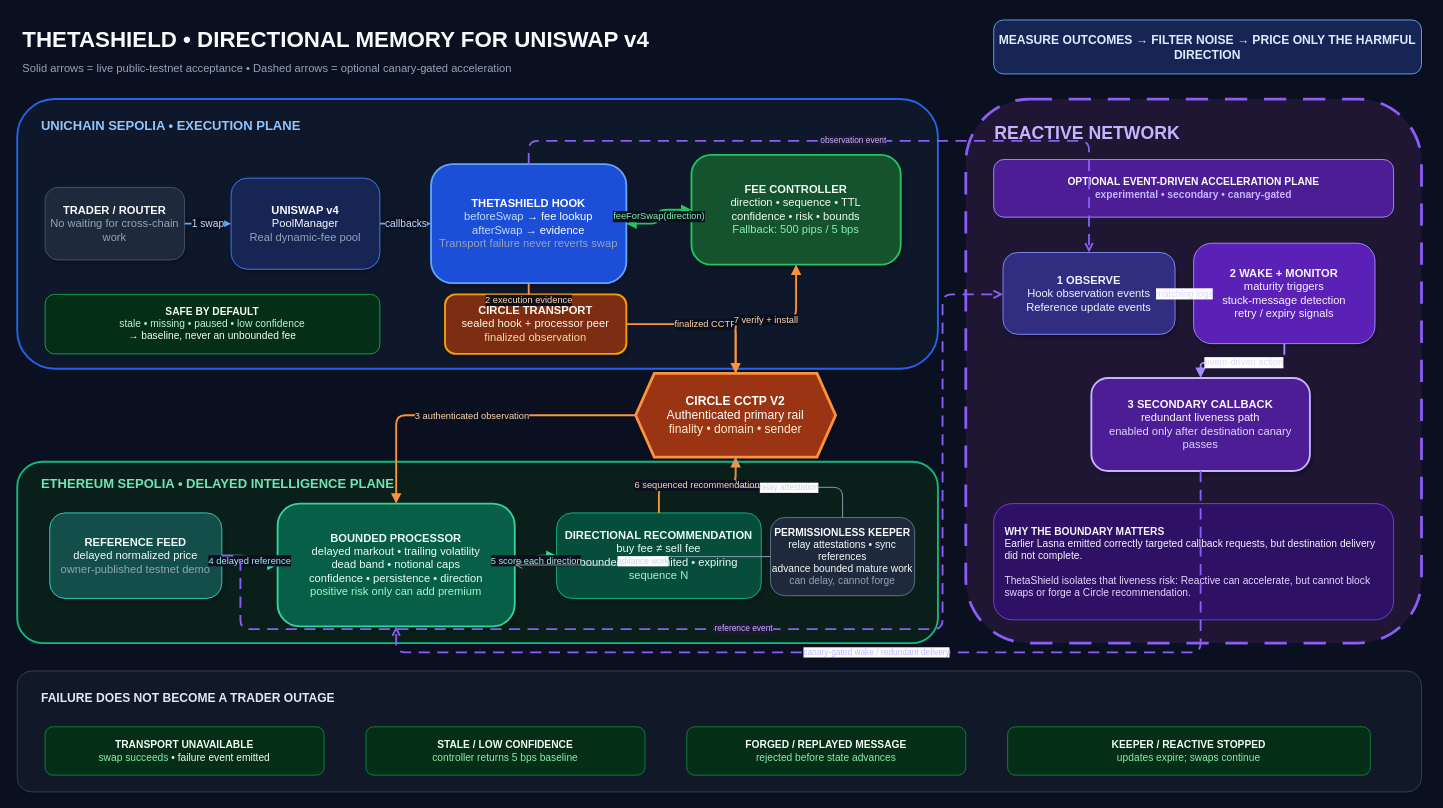
This is docs/THETASHIELD_ARCHITECTURE.drawio from kaustubh76/ThetaShield, a draw.io file, before an edit. Source tidied: cells renumbered, new cells numbered last; positions are measured from the earlier drawing's top-left corner, leaving out a move shared by most shapes. Both pictures are drawn from the tidied source at 93%, with x=0, y=0 at pixel (17, 20).
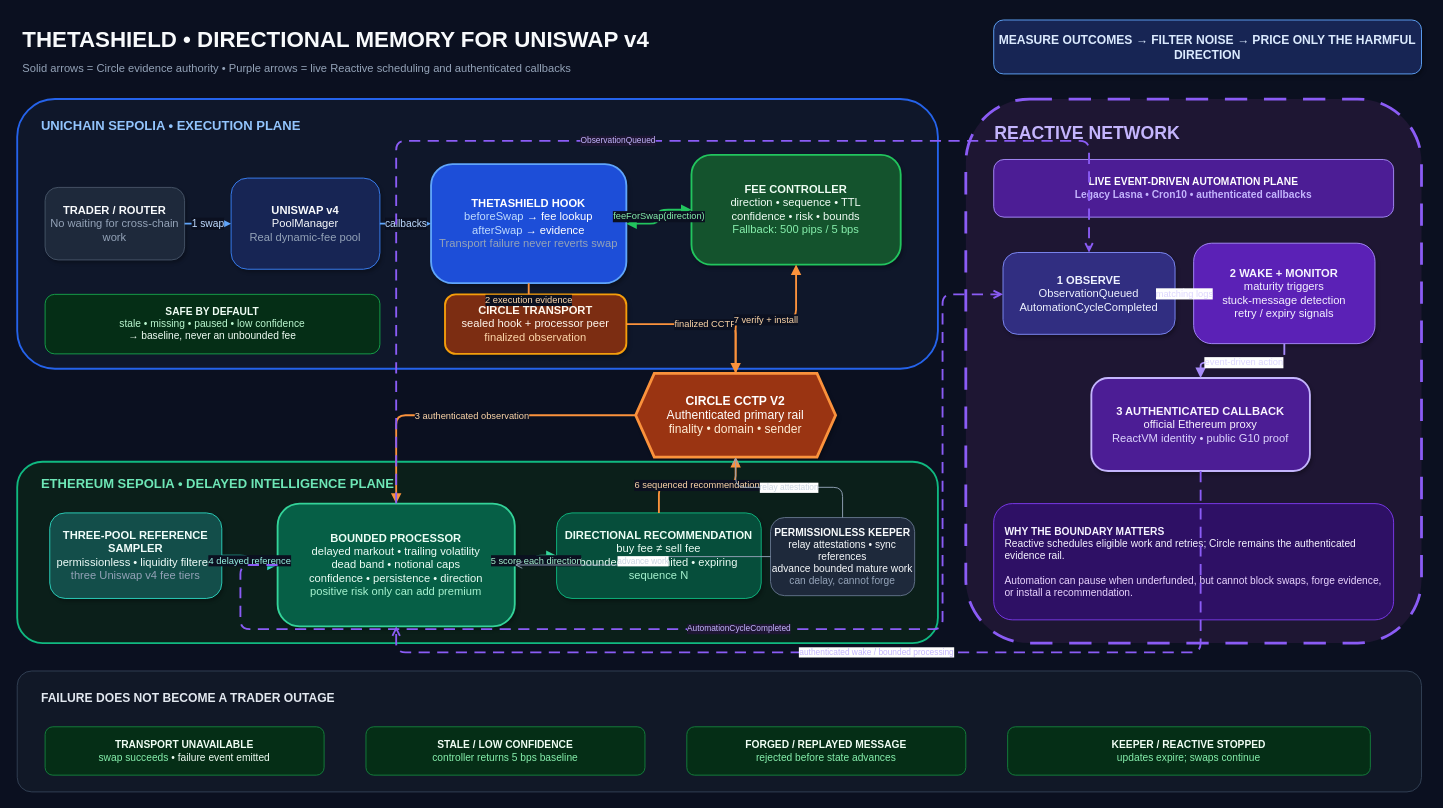
The same page after the edit.

Unchanged cells that the change refers to:
```xml
<mxCell id="9" value="&lt;b&gt;THETASHIELD HOOK&lt;/b&gt;&lt;br&gt;&lt;font color=&quot;#BFDBFE&quot;&gt;beforeSwap&lt;/font&gt; → fee lookup&lt;br&gt;&lt;font color=&quot;#BFDBFE&quot;&gt;afterSwap&lt;/font&gt; → evidence&lt;br&gt;&lt;font color=&quot;#94A3B8&quot;&gt;Transport failure never reverts swap&lt;/font&gt;" style="rounded=1;whiteSpace=wrap;html=1;fillColor=#1D4ED8;strokeColor=#60A5FA;strokeWidth=2;fontColor=#FFFFFF;fontSize=12;align=center;verticalAlign=middle;arcSize=18;shadow=1;" parent="1" vertex="1">
  <mxGeometry x="445" y="155" width="210" height="128" as="geometry" />
</mxCell>
<mxCell id="17" value="&lt;b&gt;BOUNDED PROCESSOR&lt;/b&gt;&lt;br&gt;delayed markout • trailing volatility&lt;br&gt;dead band • notional caps&lt;br&gt;confidence • persistence • direction&lt;br&gt;&lt;font color=&quot;#A7F3D0&quot;&gt;positive risk only can add premium&lt;/font&gt;" style="rounded=1;whiteSpace=wrap;html=1;fillColor=#065F46;strokeColor=#34D399;strokeWidth=2;fontColor=#ECFDF5;fontSize=12;align=center;verticalAlign=middle;arcSize=18;shadow=1;" parent="1" vertex="1">
  <mxGeometry x="280" y="520" width="255" height="132" as="geometry" />
</mxCell>
```

Change to the diagram source:
```diff
@@
-    <mxCell id="3" value="Solid arrows = live public-testnet acceptance  •  Dashed arrows = optional canary-gated acceleration" style="text;html=1;strokeColor=none;fillColor=none;align=left;verticalAlign=middle;fontColor=#94A3B8;fontSize=12;spacingLeft=4;" parent="1" vertex="1">
+    <mxCell id="3" value="Solid arrows = Circle evidence authority  •  Purple arrows = live Reactive scheduling and authenticated callbacks" style="text;html=1;strokeColor=none;fillColor=none;align=left;verticalAlign=middle;fontColor=#94A3B8;fontSize=12;spacingLeft=4;" parent="1" vertex="1">
       <mxGeometry y="40" width="1000" height="24" as="geometry" />
     </mxCell>
@@
-    <mxCell id="16" value="&lt;b&gt;REFERENCE FEED&lt;/b&gt;&lt;br&gt;delayed normalized price&lt;br&gt;&lt;font color=&quot;#94A3B8&quot;&gt;owner-published testnet demo&lt;/font&gt;" style="rounded=1;whiteSpace=wrap;html=1;fillColor=#134E4A;strokeColor=#2DD4BF;fontColor=#F0FDFA;fontSize=12;align=center;verticalAlign=middle;arcSize=18;shadow=1;" parent="1" vertex="1">
+    <mxCell id="16" value="&lt;b&gt;THREE-POOL REFERENCE SAMPLER&lt;/b&gt;&lt;br&gt;permissionless • liquidity filtered&lt;br&gt;&lt;font color=&quot;#94A3B8&quot;&gt;three Uniswap v4 fee tiers&lt;/font&gt;" style="rounded=1;whiteSpace=wrap;html=1;fillColor=#134E4A;strokeColor=#2DD4BF;fontColor=#F0FDFA;fontSize=12;align=center;verticalAlign=middle;arcSize=18;shadow=1;" parent="1" vertex="1">
       <mxGeometry x="35" y="530" width="185" height="92" as="geometry" />
     </mxCell>
@@
-    <mxCell id="22" value="OPTIONAL EVENT-DRIVEN ACCELERATION PLANE&lt;br&gt;&lt;font color=&quot;#C4B5FD&quot;&gt;experimental • secondary • canary-gated&lt;/font&gt;" style="rounded=1;whiteSpace=wrap;html=1;fillColor=#4C1D95;strokeColor=#A78BFA;fontColor=#FFFFFF;fontSize=11;fontStyle=1;align=center;verticalAlign=middle;arcSize=18;" parent="1" vertex="1">
+    <mxCell id="22" value="LIVE EVENT-DRIVEN AUTOMATION PLANE&lt;br&gt;&lt;font color=&quot;#C4B5FD&quot;&gt;Legacy Lasna • Cron10 • authenticated callbacks&lt;/font&gt;" style="rounded=1;whiteSpace=wrap;html=1;fillColor=#4C1D95;strokeColor=#A78BFA;fontColor=#FFFFFF;fontSize=11;fontStyle=1;align=center;verticalAlign=middle;arcSize=18;" parent="1" vertex="1">
       <mxGeometry x="1050" y="150" width="430" height="62" as="geometry" />
     </mxCell>
-    <mxCell id="23" value="&lt;b&gt;1  OBSERVE&lt;/b&gt;&lt;br&gt;Hook observation events&lt;br&gt;Reference update events" style="rounded=1;whiteSpace=wrap;html=1;fillColor=#312E81;strokeColor=#818CF8;fontColor=#EEF2FF;fontSize=12;align=center;verticalAlign=middle;arcSize=18;shadow=1;" parent="1" vertex="1">
+    <mxCell id="23" value="&lt;b&gt;1  OBSERVE&lt;/b&gt;&lt;br&gt;ObservationQueued&lt;br&gt;AutomationCycleCompleted" style="rounded=1;whiteSpace=wrap;html=1;fillColor=#312E81;strokeColor=#818CF8;fontColor=#EEF2FF;fontSize=12;align=center;verticalAlign=middle;arcSize=18;shadow=1;" parent="1" vertex="1">
       <mxGeometry x="1060" y="250" width="185" height="88" as="geometry" />
     </mxCell>
@@
-    <mxCell id="25" value="&lt;b&gt;3  SECONDARY CALLBACK&lt;/b&gt;&lt;br&gt;redundant liveness path&lt;br&gt;&lt;font color=&quot;#DDD6FE&quot;&gt;enabled only after destination canary passes&lt;/font&gt;" style="rounded=1;whiteSpace=wrap;html=1;fillColor=#4C1D95;strokeColor=#C4B5FD;strokeWidth=2;fontColor=#FAF5FF;fontSize=12;align=center;verticalAlign=middle;arcSize=18;shadow=1;" parent="1" vertex="1">
+    <mxCell id="25" value="&lt;b&gt;3  AUTHENTICATED CALLBACK&lt;/b&gt;&lt;br&gt;official Ethereum proxy&lt;br&gt;&lt;font color=&quot;#DDD6FE&quot;&gt;ReactVM identity • public G10 proof&lt;/font&gt;" style="rounded=1;whiteSpace=wrap;html=1;fillColor=#4C1D95;strokeColor=#C4B5FD;strokeWidth=2;fontColor=#FAF5FF;fontSize=12;align=center;verticalAlign=middle;arcSize=18;shadow=1;" parent="1" vertex="1">
       <mxGeometry x="1155" y="385" width="235" height="100" as="geometry" />
     </mxCell>
-    <mxCell id="26" value="&lt;b&gt;WHY THE BOUNDARY MATTERS&lt;/b&gt;&lt;br&gt;Earlier Lasna emitted correctly targeted callback requests, but destination delivery did not complete.&lt;br&gt;&lt;br&gt;&lt;font color=&quot;#E9D5FF&quot;&gt;ThetaShield isolates that liveness risk: Reactive can accelerate, but cannot block swaps or forge a Circle recommendation.&lt;/font&gt;" style="rounded=1;whiteSpace=wrap;html=1;fillColor=#2E1065;strokeColor=#7C3AED;fontColor=#F5F3FF;fontSize=11;align=left;verticalAlign=middle;spacing=12;arcSize=16;" parent="1" vertex="1">
+    <mxCell id="26" value="&lt;b&gt;WHY THE BOUNDARY MATTERS&lt;/b&gt;&lt;br&gt;Reactive schedules eligible work and retries; Circle remains the authenticated evidence rail.&lt;br&gt;&lt;br&gt;&lt;font color=&quot;#E9D5FF&quot;&gt;Automation can pause when underfunded, but cannot block swaps, forge evidence, or install a recommendation.&lt;/font&gt;" style="rounded=1;whiteSpace=wrap;html=1;fillColor=#2E1065;strokeColor=#7C3AED;fontColor=#F5F3FF;fontSize=11;align=left;verticalAlign=middle;spacing=12;arcSize=16;" parent="1" vertex="1">
       <mxGeometry x="1050" y="520" width="430" height="125" as="geometry" />
     </mxCell>
@@
-    <mxCell id="47" value="observation event" style="edgeStyle=orthogonalEdgeStyle;rounded=1;jettySize=auto;html=1;strokeColor=#8B5CF6;strokeWidth=2;fontColor=#C4B5FD;fontSize=9;labelBackgroundColor=#1E1633;endArrow=open;endFill=0;dashed=1;dashPattern=6 4;" parent="1" edge="1" source="9" target="23">
+    <mxCell id="47" value="ObservationQueued" style="edgeStyle=orthogonalEdgeStyle;rounded=1;jettySize=auto;html=1;strokeColor=#8B5CF6;strokeWidth=2;fontColor=#C4B5FD;fontSize=9;labelBackgroundColor=#1E1633;endArrow=open;endFill=0;dashed=1;dashPattern=6 4;" parent="1" edge="1" source="17" target="23">
       <mxGeometry relative="1" as="geometry">
         <Array as="points">
           <mxPoint x="680" y="130" />
           <mxPoint x="1005" y="130" />
         </Array>
       </mxGeometry>
     </mxCell>
-    <mxCell id="48" value="reference event" style="edgeStyle=orthogonalEdgeStyle;rounded=1;jettySize=auto;html=1;strokeColor=#8B5CF6;strokeWidth=2;fontColor=#C4B5FD;fontSize=9;labelBackgroundColor=#1E1633;endArrow=open;endFill=0;dashed=1;dashPattern=6 4;" parent="1" edge="1" source="16" target="23">
+    <mxCell id="48" value="AutomationCycleCompleted" style="edgeStyle=orthogonalEdgeStyle;rounded=1;jettySize=auto;html=1;strokeColor=#8B5CF6;strokeWidth=2;fontColor=#C4B5FD;fontSize=9;labelBackgroundColor=#1E1633;endArrow=open;endFill=0;dashed=1;dashPattern=6 4;" parent="1" edge="1" source="17" target="23">
       <mxGeometry relative="1" as="geometry">
         <Array as="points">
           <mxPoint x="240" y="655" />
           <mxPoint x="995" y="655" />
           <mxPoint x="995" y="295" />
         </Array>
       </mxGeometry>
     </mxCell>
-    <mxCell id="49" value="canary-gated wake / redundant delivery" style="edgeStyle=orthogonalEdgeStyle;rounded=1;jettySize=auto;html=1;strokeColor=#8B5CF6;strokeWidth=2;fontColor=#C4B5FD;fontSize=9;endArrow=open;endFill=0;dashed=1;dashPattern=6 4;" parent="1" edge="1" source="25" target="17">
+    <mxCell id="49" value="authenticated wake / bounded processing" style="edgeStyle=orthogonalEdgeStyle;rounded=1;jettySize=auto;html=1;strokeColor=#8B5CF6;strokeWidth=2;fontColor=#C4B5FD;fontSize=9;endArrow=open;endFill=0;dashed=1;dashPattern=6 4;" parent="1" edge="1" source="25" target="17">
       <mxGeometry relative="1" as="geometry">
         <Array as="points">
           <mxPoint x="1000" y="680" />
           <mxPoint x="550" y="680" />
         </Array>
       </mxGeometry>
     </mxCell>
```
